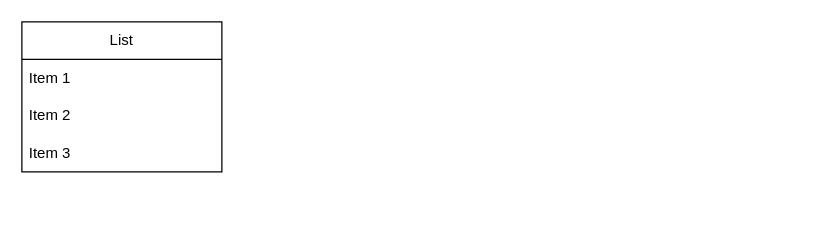
The draw.io diagram Diagrama sem nome.drawio in userAugustos/coffe-flask, before the edit. Source tidied: cells renumbered, new cells numbered last; positions are measured from the earlier drawing's top-left corner, leaving out a move shared by most shapes. Both pictures are drawn from the tidied source at 125%, with x=0, y=0 at pixel (21, 21).
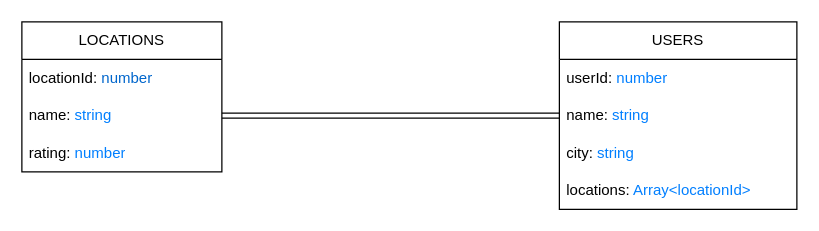
Above is the later version.

The edit, as a diff of the source:
```diff
@@
 <mxGraphModel>
   <root>
     <mxCell id="0" />
     <mxCell id="1" parent="0" />
-    <mxCell id="2" value="List" style="swimlane;fontStyle=0;horizontal=1;startSize=30;whiteSpace=wrap;html=1;" parent="1" vertex="1">
+    <mxCell id="2" value="LOCATIONS" style="swimlane;fontStyle=0;horizontal=1;startSize=30;whiteSpace=wrap;html=1;" parent="1" vertex="1">
       <mxGeometry width="160" height="120" as="geometry" />
     </mxCell>
-    <mxCell id="3" value="Item 1" style="text;strokeColor=none;fillColor=none;align=left;verticalAlign=middle;spacingLeft=4;spacingRight=4;overflow=hidden;whiteSpace=wrap;html=1;" parent="2" vertex="1">
+    <mxCell id="3" value="&lt;div&gt;locationId: &lt;font color=&quot;#0066cc&quot;&gt;number&lt;/font&gt;&lt;/div&gt;" style="text;strokeColor=none;fillColor=none;align=left;verticalAlign=middle;spacingLeft=4;spacingRight=4;overflow=hidden;whiteSpace=wrap;html=1;" parent="2" vertex="1">
       <mxGeometry y="30" width="160" height="30" as="geometry" />
     </mxCell>
-    <mxCell id="4" value="Item 2" style="text;strokeColor=none;fillColor=none;align=left;verticalAlign=middle;spacingLeft=4;spacingRight=4;overflow=hidden;points=[[0,0.5],[1,0.5]];portConstraint=eastwest;whiteSpace=wrap;html=1;" parent="2" vertex="1">
+    <mxCell id="4" value="name: &lt;font color=&quot;#007fff&quot;&gt;string&lt;/font&gt;" style="text;strokeColor=none;fillColor=none;align=left;verticalAlign=middle;spacingLeft=4;spacingRight=4;overflow=hidden;points=[[0,0.5],[1,0.5]];portConstraint=eastwest;whiteSpace=wrap;html=1;" parent="2" vertex="1">
       <mxGeometry y="60" width="160" height="30" as="geometry" />
     </mxCell>
-    <mxCell id="5" value="Item 3" style="text;strokeColor=none;fillColor=none;align=left;verticalAlign=middle;spacingLeft=4;spacingRight=4;overflow=hidden;whiteSpace=wrap;html=1;" parent="2" vertex="1">
+    <mxCell id="5" value="rating: &lt;font color=&quot;#007fff&quot;&gt;number&lt;/font&gt;" style="text;strokeColor=none;fillColor=none;align=left;verticalAlign=middle;spacingLeft=4;spacingRight=4;overflow=hidden;whiteSpace=wrap;html=1;" parent="2" vertex="1">
       <mxGeometry y="90" width="160" height="30" as="geometry" />
     </mxCell>
+    <mxCell id="6" value="USERS" style="swimlane;fontStyle=0;horizontal=1;startSize=30;whiteSpace=wrap;html=1;" parent="1" vertex="1">
+      <mxGeometry x="430" width="190" height="150" as="geometry" />
+    </mxCell>
+    <mxCell id="7" value="userId: &lt;font color=&quot;#007fff&quot;&gt;number&lt;/font&gt;" style="text;strokeColor=none;fillColor=none;align=left;verticalAlign=middle;spacingLeft=4;spacingRight=4;overflow=hidden;whiteSpace=wrap;html=1;" parent="6" vertex="1">
+      <mxGeometry y="30" width="190" height="30" as="geometry" />
+    </mxCell>
+    <mxCell id="8" value="name: &lt;font color=&quot;#007fff&quot;&gt;string&lt;/font&gt;" style="text;strokeColor=none;fillColor=none;align=left;verticalAlign=middle;spacingLeft=4;spacingRight=4;overflow=hidden;points=[[0,0.5],[1,0.5]];portConstraint=eastwest;whiteSpace=wrap;html=1;" parent="6" vertex="1">
+      <mxGeometry y="60" width="190" height="30" as="geometry" />
+    </mxCell>
+    <mxCell id="9" value="city: &lt;font color=&quot;#007fff&quot;&gt;string&lt;/font&gt;" style="text;strokeColor=none;fillColor=none;align=left;verticalAlign=middle;spacingLeft=4;spacingRight=4;overflow=hidden;whiteSpace=wrap;html=1;" parent="6" vertex="1">
+      <mxGeometry y="90" width="190" height="30" as="geometry" />
+    </mxCell>
+    <mxCell id="10" value="locations: &lt;font color=&quot;#007fff&quot;&gt;Array&amp;lt;locationId&amp;gt;&lt;/font&gt;" style="text;strokeColor=none;fillColor=none;align=left;verticalAlign=middle;spacingLeft=4;spacingRight=4;overflow=hidden;whiteSpace=wrap;html=1;" parent="6" vertex="1">
+      <mxGeometry y="120" width="190" height="30" as="geometry" />
+    </mxCell>
+    <mxCell id="11" style="edgeStyle=orthogonalEdgeStyle;rounded=0;jettySize=auto;html=1;entryX=0;entryY=0.5;entryDx=0;entryDy=0;shape=link;exitX=1;exitY=0.5;exitDx=0;exitDy=0;" parent="1" edge="1" source="4" target="8">
+      <mxGeometry relative="1" as="geometry" />
+    </mxCell>
   </root>
 </mxGraphModel>
```
